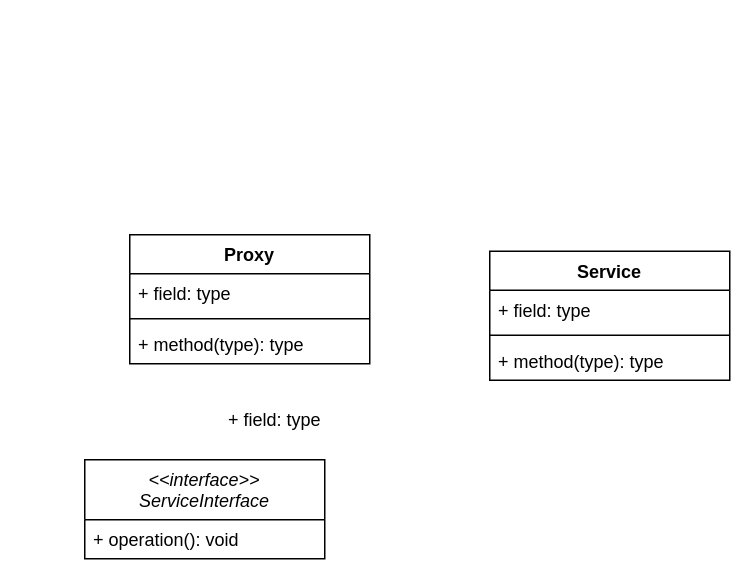
This is Structural/Proxy/UML Proxy.drawio from devlubinets/todo, a draw.io file, before an edit. Source tidied: cells renumbered, new cells numbered last; positions are measured from the earlier drawing's top-left corner, leaving out a move shared by most shapes. Both pictures are drawn from the tidied source at 150%, with x=0, y=0 at pixel (84, 234).
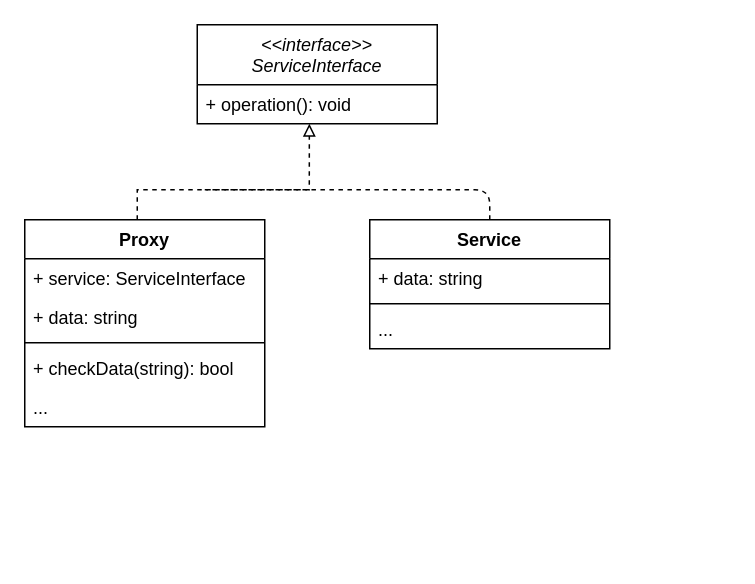
The same page after the edit.

Commit message (it also covers changes not shown here):
Обновил UML диаграмму класса Proxy и дописал чуток кода

What changed in the source:
```diff
@@
 <mxGraphModel>
   <root>
     <mxCell id="0" />
     <mxCell id="1" parent="0" />
+    <mxCell id="13" style="edgeStyle=orthogonalEdgeStyle;rounded=0;jettySize=auto;html=1;entryX=0.467;entryY=1;entryDx=0;entryDy=0;entryPerimeter=0;endArrow=block;endFill=0;dashed=1;" parent="1" edge="1" source="2" target="11">
+      <mxGeometry relative="1" as="geometry">
+        <Array as="points">
+          <mxPoint x="35" y="-30" />
+          <mxPoint x="150" y="-30" />
+        </Array>
+      </mxGeometry>
+    </mxCell>
     <mxCell id="2" value="Proxy" style="swimlane;fontStyle=1;align=center;verticalAlign=top;horizontal=1;startSize=26;" parent="1" vertex="1">
-      <mxGeometry x="30" width="160" height="86" as="geometry" />
+      <mxGeometry x="-40" y="-10" width="160" height="138" as="geometry" />
     </mxCell>
+    <mxCell id="12" value="+ service: ServiceInterface" style="text;strokeColor=none;fillColor=none;align=left;verticalAlign=top;spacingLeft=4;spacingRight=4;overflow=hidden;" parent="2" vertex="1">
+      <mxGeometry y="26" width="160" height="26" as="geometry" />
+    </mxCell>
-    <mxCell id="3" value="+ field: type" style="text;strokeColor=none;fillColor=none;align=left;verticalAlign=top;spacingLeft=4;spacingRight=4;overflow=hidden;" parent="2" vertex="1">
-      <mxGeometry y="26" width="160" height="26" as="geometry" />
+    <mxCell id="3" value="+ data: string" style="text;strokeColor=none;fillColor=none;align=left;verticalAlign=top;spacingLeft=4;spacingRight=4;overflow=hidden;" parent="2" vertex="1">
+      <mxGeometry y="52" width="160" height="26" as="geometry" />
     </mxCell>
     <mxCell id="4" style="line;strokeWidth=1;fillColor=none;align=left;verticalAlign=middle;spacingTop=-1;spacingLeft=3;spacingRight=3;labelPosition=right;" parent="2" vertex="1">
-      <mxGeometry y="52" width="160" height="8" as="geometry" />
+      <mxGeometry y="78" width="160" height="8" as="geometry" />
     </mxCell>
-    <mxCell id="5" value="+ method(type): type" style="text;strokeColor=none;fillColor=none;align=left;verticalAlign=top;spacingLeft=4;spacingRight=4;overflow=hidden;" parent="2" vertex="1">
-      <mxGeometry y="60" width="160" height="26" as="geometry" />
+    <mxCell id="5" value="+ checkData(string): bool" style="text;strokeColor=none;fillColor=none;align=left;verticalAlign=top;spacingLeft=4;spacingRight=4;overflow=hidden;" parent="2" vertex="1">
+      <mxGeometry y="86" width="160" height="26" as="geometry" />
     </mxCell>
-    <mxCell id="6" value="Service" style="swimlane;fontStyle=1;align=center;verticalAlign=top;horizontal=1;startSize=26;" parent="1" vertex="1">
-      <mxGeometry x="270" y="11" width="160" height="86" as="geometry" />
-    </mxCell>
-    <mxCell id="7" value="+ field: type" style="text;strokeColor=none;fillColor=none;align=left;verticalAlign=top;spacingLeft=4;spacingRight=4;overflow=hidden;" parent="6" vertex="1">
-      <mxGeometry y="26" width="160" height="26" as="geometry" />
-    </mxCell>
-    <mxCell id="8" style="line;strokeWidth=1;fillColor=none;align=left;verticalAlign=middle;spacingTop=-1;spacingLeft=3;spacingRight=3;labelPosition=right;" parent="6" vertex="1">
-      <mxGeometry y="52" width="160" height="8" as="geometry" />
-    </mxCell>
-    <mxCell id="9" value="+ method(type): type" style="text;strokeColor=none;fillColor=none;align=left;verticalAlign=top;spacingLeft=4;spacingRight=4;overflow=hidden;" parent="6" vertex="1">
-      <mxGeometry y="60" width="160" height="26" as="geometry" />
-    </mxCell>
+    <mxCell id="14" value="..." style="text;strokeColor=none;fillColor=none;align=left;verticalAlign=top;spacingLeft=4;spacingRight=4;overflow=hidden;" parent="2" vertex="1">
+      <mxGeometry y="112" width="160" height="26" as="geometry" />
+    </mxCell>
     <mxCell id="10" value="&lt;&lt;interface&gt;&gt;&#10;ServiceInterface" style="swimlane;fontStyle=2;align=center;verticalAlign=top;horizontal=1;startSize=40;" parent="1" vertex="1">
-      <mxGeometry y="150" width="160" height="66" as="geometry" />
+      <mxGeometry x="75" y="-140" width="160" height="66" as="geometry" />
     </mxCell>
     <mxCell id="11" value="+ operation(): void" style="text;strokeColor=none;fillColor=none;align=left;verticalAlign=top;spacingLeft=4;spacingRight=4;overflow=hidden;points=[[0,0.5],[1,0.5]];portConstraint=eastwest;" parent="10" vertex="1">
       <mxGeometry y="40" width="160" height="26" as="geometry" />
     </mxCell>
-    <mxCell id="12" value="+ field: type" style="text;strokeColor=none;fillColor=none;align=left;verticalAlign=top;spacingLeft=4;spacingRight=4;overflow=hidden;" parent="1" vertex="1">
-      <mxGeometry x="90" y="110" width="160" height="26" as="geometry" />
-    </mxCell>
+    <mxCell id="6" value="Service" style="swimlane;fontStyle=1;align=center;verticalAlign=top;horizontal=1;startSize=26;" parent="1" vertex="1">
+      <mxGeometry x="190" y="-10" width="160" height="86" as="geometry" />
+    </mxCell>
+    <mxCell id="15" value="+ data: string" style="text;strokeColor=none;fillColor=none;align=left;verticalAlign=top;spacingLeft=4;spacingRight=4;overflow=hidden;" parent="6" vertex="1">
+      <mxGeometry y="26" width="160" height="26" as="geometry" />
+    </mxCell>
+    <mxCell id="8" style="line;strokeWidth=1;fillColor=none;align=left;verticalAlign=middle;spacingTop=-1;spacingLeft=3;spacingRight=3;labelPosition=right;" parent="6" vertex="1">
+      <mxGeometry y="52" width="160" height="8" as="geometry" />
+    </mxCell>
+    <mxCell id="16" value="..." style="text;strokeColor=none;fillColor=none;align=left;verticalAlign=top;spacingLeft=4;spacingRight=4;overflow=hidden;" parent="6" vertex="1">
+      <mxGeometry y="60" width="160" height="26" as="geometry" />
+    </mxCell>
+    <mxCell id="17" style="endArrow=none;dashed=1;html=1;strokeWidth=1;exitX=0.5;exitY=0;exitDx=0;exitDy=0;" parent="1" edge="1" source="6">
+      <mxGeometry relative="1" as="geometry">
+        <mxPoint x="80" y="-30" as="targetPoint" />
+        <Array as="points">
+          <mxPoint x="270" y="-30" />
+        </Array>
+      </mxGeometry>
+    </mxCell>
   </root>
 </mxGraphModel>
```
